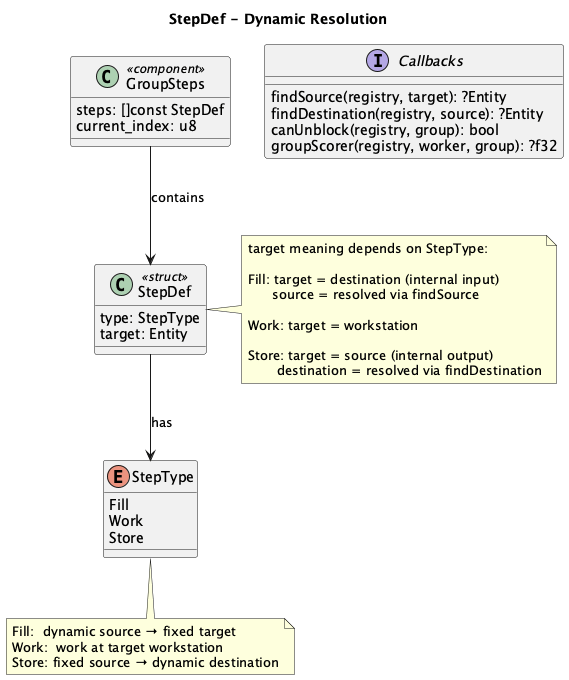
Above: uml/step_def.png in labelle-toolkit/labelle-tasks (PlantUML), before the change. Source of this version:
```plantuml
@startuml step_def
title StepDef - Dynamic Resolution

class StepDef <<struct>> {
  type: StepType
  target: Entity
}

enum StepType {
  Fill
  Work
  Store
}

class GroupSteps <<component>> {
  steps: []const StepDef
  current_index: u8
}

interface "Callbacks" as callbacks {
  findSource(registry, target): ?Entity
  findDestination(registry, source): ?Entity
  canUnblock(registry, group): bool
  groupScorer(registry, worker, group): ?f32
}

GroupSteps --> StepDef : contains
StepDef --> StepType : has

note right of StepDef
  target meaning depends on StepType:

  Fill: target = destination (internal input)
        source = resolved via findSource

  Work: target = workstation

  Store: target = source (internal output)
         destination = resolved via findDestination
end note

note bottom of StepType
  Fill:  dynamic source → fixed target
  Work:  work at target workstation
  Store: fixed source → dynamic destination
end note

@enduml
```
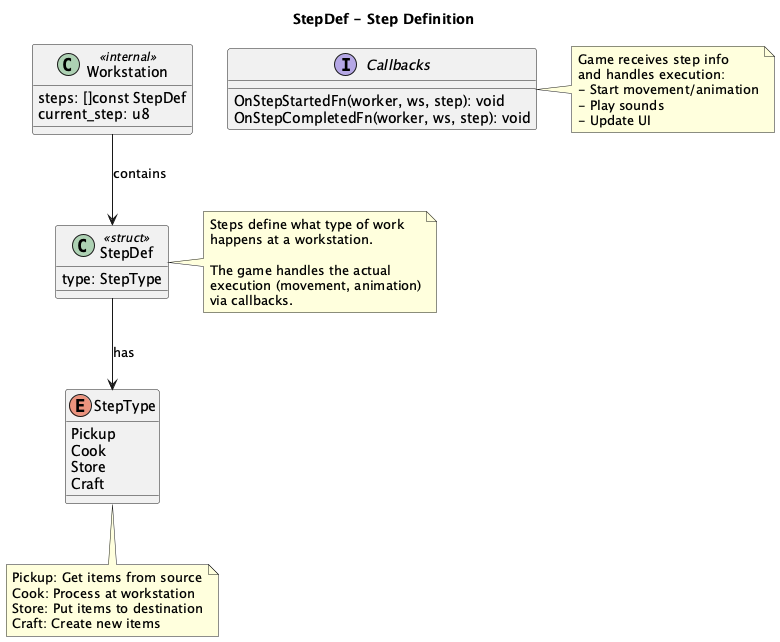
The same diagram one commit later.

Change to the diagram source:
```diff
@@ -1,48 +1,52 @@
 @startuml step_def
-title StepDef - Dynamic Resolution
+title StepDef - Step Definition
 
 class StepDef <<struct>> {
   type: StepType
-  target: Entity
 }
 
 enum StepType {
-  Fill
-  Work
+  Pickup
+  Cook
   Store
+  Craft
 }
 
-class GroupSteps <<component>> {
+class Workstation <<internal>> {
   steps: []const StepDef
-  current_index: u8
+  current_step: u8
 }
 
 interface "Callbacks" as callbacks {
-  findSource(registry, target): ?Entity
-  findDestination(registry, source): ?Entity
-  canUnblock(registry, group): bool
-  groupScorer(registry, worker, group): ?f32
+  OnStepStartedFn(worker, ws, step): void
+  OnStepCompletedFn(worker, ws, step): void
 }
 
-GroupSteps --> StepDef : contains
+Workstation --> StepDef : contains
 StepDef --> StepType : has
 
 note right of StepDef
-  target meaning depends on StepType:
+  Steps define what type of work
+  happens at a workstation.
 
-  Fill: target = destination (internal input)
-        source = resolved via findSource
-
-  Work: target = workstation
-
-  Store: target = source (internal output)
-         destination = resolved via findDestination
+  The game handles the actual
+  execution (movement, animation)
+  via callbacks.
 end note
 
 note bottom of StepType
-  Fill:  dynamic source → fixed target
-  Work:  work at target workstation
-  Store: fixed source → dynamic destination
+  Pickup: Get items from source
+  Cook: Process at workstation
+  Store: Put items to destination
+  Craft: Create new items
+end note
+
+note right of callbacks
+  Game receives step info
+  and handles execution:
+  - Start movement/animation
+  - Play sounds
+  - Update UI
 end note
 
 @enduml
```
